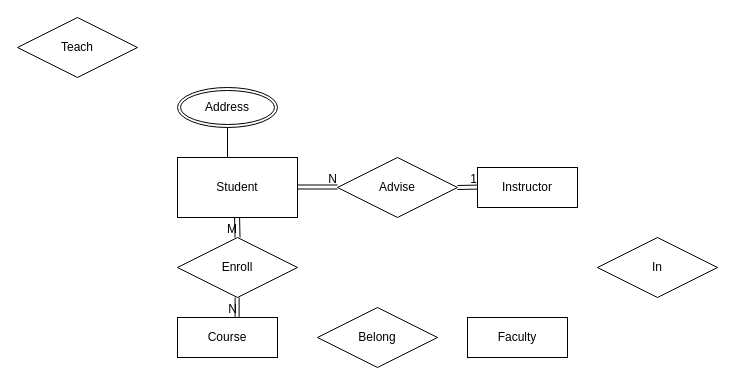
The draw.io diagram week3/part1/1/CodeCampXI.drawio in Nathat/Homework_codcamp_4, before the edit. Source tidied: cells renumbered, new cells numbered last; positions are measured from the earlier drawing's top-left corner, leaving out a move shared by most shapes. Both pictures are drawn from the tidied source at 100%, with x=0, y=0 at pixel (17, 17).
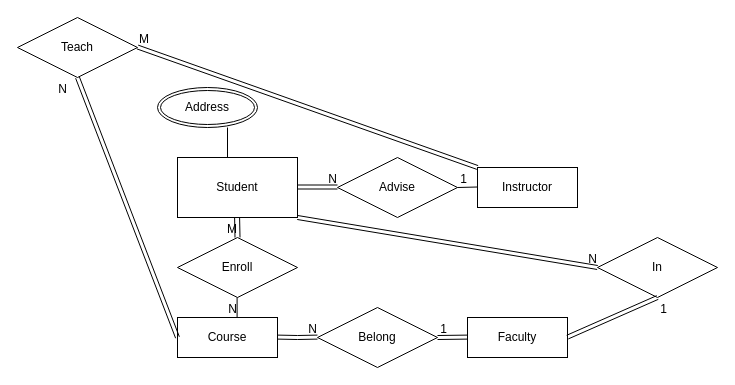
The same diagram, later.

The change refers to these unchanged cells:
```xml
<mxCell id="6" value="Instructor" style="whiteSpace=wrap;html=1;align=center;strokeColor=#000000;" parent="1" vertex="1">
  <mxGeometry x="460" y="150" width="100" height="40" as="geometry" />
</mxCell>
<mxCell id="12" value="Course" style="whiteSpace=wrap;html=1;align=center;strokeColor=#000000;" parent="1" vertex="1">
  <mxGeometry x="160" y="300" width="100" height="40" as="geometry" />
</mxCell>
<mxCell id="15" value="In" style="shape=rhombus;perimeter=rhombusPerimeter;whiteSpace=wrap;html=1;align=center;strokeColor=#000000;" parent="1" vertex="1">
  <mxGeometry x="580" y="220" width="120" height="60" as="geometry" />
</mxCell>
```

The edit, as a diff of the source:
```diff
@@
     <mxCell id="3" value="Address" style="ellipse;shape=doubleEllipse;margin=3;whiteSpace=wrap;html=1;align=center;strokeColor=#000000;" parent="1" vertex="1">
-      <mxGeometry x="160" y="70" width="100" height="40" as="geometry" />
+      <mxGeometry x="140" y="70" width="100" height="40" as="geometry" />
     </mxCell>
@@
-    <mxCell id="9" style="shape=link;html=1;rounded=0;" parent="1" edge="1">
-      <mxGeometry relative="1" as="geometry">
-        <mxPoint x="440" y="170" as="sourcePoint" />
-        <mxPoint x="460" y="169.6" as="targetPoint" />
-      </mxGeometry>
-    </mxCell>
-    <mxCell id="10" value="1" style="html=1;align=right;verticalAlign=bottom;" parent="9" vertex="1">
-      <mxGeometry x="1" relative="1" as="geometry" />
-    </mxCell>
@@
-    <mxCell id="19" style="shape=link;html=1;rounded=0;" parent="1" edge="1">
-      <mxGeometry relative="1" as="geometry">
-        <mxPoint x="219.6" y="280" as="sourcePoint" />
-        <mxPoint x="219.6" y="300" as="targetPoint" />
-      </mxGeometry>
-    </mxCell>
-    <mxCell id="20" value="N" style="html=1;align=right;verticalAlign=bottom;" parent="19" vertex="1">
-      <mxGeometry x="1" relative="1" as="geometry" />
-    </mxCell>
+    <mxCell id="21" style="endArrow=none;html=1;rounded=0;" parent="1" edge="1">
+      <mxGeometry relative="1" as="geometry">
+        <mxPoint x="440" y="170" as="sourcePoint" />
+        <mxPoint x="460" y="169.5" as="targetPoint" />
+      </mxGeometry>
+    </mxCell>
+    <mxCell id="22" value="1" style="html=1;align=right;verticalAlign=bottom;" parent="21" vertex="1">
+      <mxGeometry x="1" relative="1" as="geometry">
+        <mxPoint x="-10" y="0.5" as="offset" />
+      </mxGeometry>
+    </mxCell>
+    <mxCell id="23" style="endArrow=none;html=1;rounded=0;" parent="1" edge="1">
+      <mxGeometry relative="1" as="geometry">
+        <mxPoint x="219.6" y="280" as="sourcePoint" />
+        <mxPoint x="219.6" y="300" as="targetPoint" />
+      </mxGeometry>
+    </mxCell>
+    <mxCell id="24" value="N" style="html=1;align=right;verticalAlign=bottom;" parent="23" vertex="1">
+      <mxGeometry x="1" relative="1" as="geometry" />
+    </mxCell>
+    <mxCell id="25" style="shape=link;html=1;rounded=0;" parent="1" edge="1">
+      <mxGeometry relative="1" as="geometry">
+        <mxPoint x="260" y="319.6" as="sourcePoint" />
+        <mxPoint x="300" y="319.6" as="targetPoint" />
+        <Array as="points">
+          <mxPoint x="280" y="320" />
+        </Array>
+      </mxGeometry>
+    </mxCell>
+    <mxCell id="26" value="N" style="html=1;align=right;verticalAlign=bottom;" parent="25" vertex="1">
+      <mxGeometry x="1" relative="1" as="geometry" />
+    </mxCell>
+    <mxCell id="27" style="shape=link;html=1;rounded=0;" parent="1" edge="1">
+      <mxGeometry relative="1" as="geometry">
+        <mxPoint x="420" y="320" as="sourcePoint" />
+        <mxPoint x="450" y="319.6" as="targetPoint" />
+      </mxGeometry>
+    </mxCell>
+    <mxCell id="28" value="1" style="html=1;align=right;verticalAlign=bottom;" parent="27" vertex="1">
+      <mxGeometry x="1" relative="1" as="geometry">
+        <mxPoint x="-20" y="0.4" as="offset" />
+      </mxGeometry>
+    </mxCell>
+    <mxCell id="29" style="shape=link;html=1;rounded=0;entryX=0.5;entryY=1;entryDx=0;entryDy=0;" parent="1" edge="1" target="15">
+      <mxGeometry relative="1" as="geometry">
+        <mxPoint x="550" y="319.6" as="sourcePoint" />
+      </mxGeometry>
+    </mxCell>
+    <mxCell id="30" value="1" style="html=1;align=right;verticalAlign=bottom;" parent="29" vertex="1">
+      <mxGeometry x="1" relative="1" as="geometry">
+        <mxPoint x="10.3" y="19.9" as="offset" />
+      </mxGeometry>
+    </mxCell>
+    <mxCell id="31" style="shape=link;html=1;rounded=0;entryX=0;entryY=0.5;entryDx=0;entryDy=0;" parent="1" edge="1" target="15">
+      <mxGeometry relative="1" as="geometry">
+        <mxPoint x="280" y="200" as="sourcePoint" />
+      </mxGeometry>
+    </mxCell>
+    <mxCell id="32" value="N" style="html=1;align=right;verticalAlign=bottom;" parent="31" vertex="1">
+      <mxGeometry x="1" relative="1" as="geometry" />
+    </mxCell>
+    <mxCell id="33" style="shape=link;html=1;rounded=0;entryX=0;entryY=0;entryDx=0;entryDy=0;" parent="1" edge="1" target="6">
+      <mxGeometry relative="1" as="geometry">
+        <mxPoint x="120" y="29.5" as="sourcePoint" />
+      </mxGeometry>
+    </mxCell>
+    <mxCell id="34" value="M" style="html=1;align=left;verticalAlign=bottom;" parent="33" vertex="1">
+      <mxGeometry x="-1" relative="1" as="geometry" />
+    </mxCell>
+    <mxCell id="35" style="shape=link;html=1;rounded=0;entryX=0;entryY=0.5;entryDx=0;entryDy=0;" parent="1" edge="1" target="12">
+      <mxGeometry relative="1" as="geometry">
+        <mxPoint x="60" y="60" as="sourcePoint" />
+      </mxGeometry>
+    </mxCell>
+    <mxCell id="36" value="N" style="html=1;align=right;verticalAlign=bottom;" parent="35" vertex="1">
+      <mxGeometry x="1" relative="1" as="geometry">
+        <mxPoint x="-110.2" y="-240.4" as="offset" />
+      </mxGeometry>
+    </mxCell>
```
